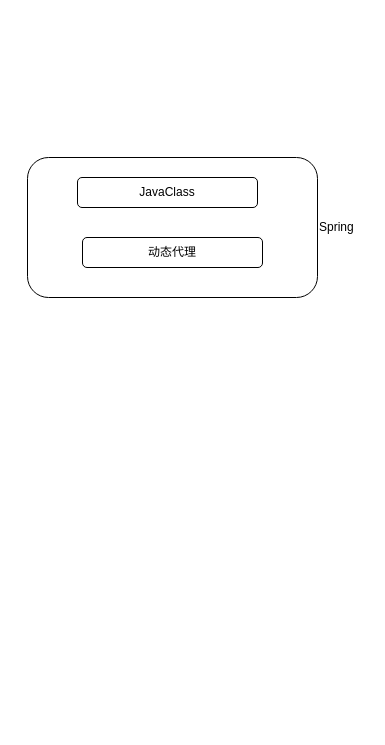
Above: page "微服务" (2 of 3) of uapp.drawio in jiajw0426/docsify (draw.io), before the change. Source tidied: cells renumbered, new cells numbered last; positions are measured from the earlier drawing's top-left corner, leaving out a move shared by most shapes. Both pictures are drawn from the tidied source at 100%, with x=0, y=0 at pixel (27, 157).
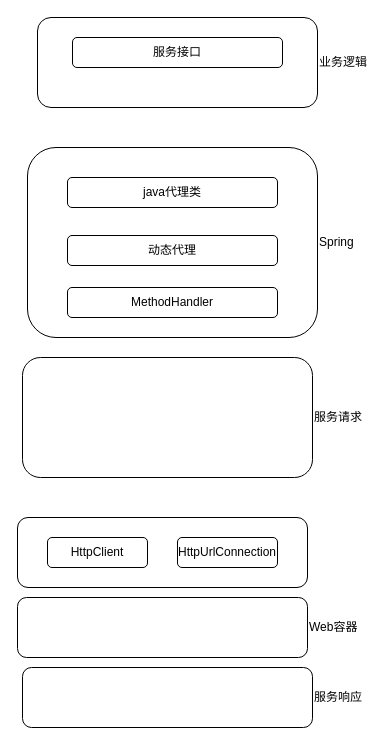
The same page after the edit.

Diff of the diagram source:
```diff
@@
 <mxGraphModel>
   <root>
     <mxCell id="0" />
     <mxCell id="1" parent="0" />
+    <mxCell id="5" value="业务逻辑" style="rounded=1;whiteSpace=wrap;html=1;textDirection=ltr;labelPosition=right;verticalLabelPosition=middle;align=left;verticalAlign=middle;" parent="1" vertex="1">
+      <mxGeometry x="10" y="-140" width="280" height="90" as="geometry" />
+    </mxCell>
     <mxCell id="2" value="Spring" style="rounded=1;whiteSpace=wrap;html=1;labelPosition=right;verticalLabelPosition=middle;align=left;verticalAlign=middle;" parent="1" vertex="1">
-      <mxGeometry width="290" height="140" as="geometry" />
+      <mxGeometry y="-10" width="290" height="190" as="geometry" />
     </mxCell>
-    <mxCell id="3" value="JavaClass" style="rounded=1;whiteSpace=wrap;html=1;" parent="1" vertex="1">
-      <mxGeometry x="50" y="20" width="180" height="30" as="geometry" />
+    <mxCell id="3" value="服务接口" style="rounded=1;whiteSpace=wrap;html=1;" parent="1" vertex="1">
+      <mxGeometry x="45" y="-120" width="210" height="30" as="geometry" />
     </mxCell>
     <mxCell id="4" value="动态代理" style="rounded=1;whiteSpace=wrap;html=1;" parent="1" vertex="1">
-      <mxGeometry x="55" y="80" width="180" height="30" as="geometry" />
+      <mxGeometry x="40" y="78" width="210" height="30" as="geometry" />
     </mxCell>
+    <mxCell id="6" style="rounded=1;whiteSpace=wrap;html=1;" parent="1" vertex="1">
+      <mxGeometry x="-10" y="360" width="290" height="70" as="geometry" />
+    </mxCell>
+    <mxCell id="7" value="HttpClient" style="rounded=1;whiteSpace=wrap;html=1;" parent="1" vertex="1">
+      <mxGeometry x="20" y="380" width="100" height="30" as="geometry" />
+    </mxCell>
+    <mxCell id="8" value="HttpUrlConnection" style="rounded=1;whiteSpace=wrap;html=1;" parent="1" vertex="1">
+      <mxGeometry x="150" y="380" width="100" height="30" as="geometry" />
+    </mxCell>
+    <mxCell id="9" value="服务请求" style="rounded=1;whiteSpace=wrap;html=1;labelPosition=right;verticalLabelPosition=middle;align=left;verticalAlign=middle;" parent="1" vertex="1">
+      <mxGeometry x="-5" y="200" width="290" height="120" as="geometry" />
+    </mxCell>
+    <mxCell id="10" value="服务响应" style="rounded=1;whiteSpace=wrap;html=1;labelPosition=right;verticalLabelPosition=middle;align=left;verticalAlign=middle;" parent="1" vertex="1">
+      <mxGeometry x="-5" y="510" width="290" height="60" as="geometry" />
+    </mxCell>
+    <mxCell id="11" value="Web容器" style="rounded=1;whiteSpace=wrap;html=1;labelPosition=right;verticalLabelPosition=middle;align=left;verticalAlign=middle;" parent="1" vertex="1">
+      <mxGeometry x="-10" y="440" width="290" height="60" as="geometry" />
+    </mxCell>
+    <mxCell id="12" value="java代理类" style="rounded=1;whiteSpace=wrap;html=1;" parent="1" vertex="1">
+      <mxGeometry x="40" y="20" width="210" height="30" as="geometry" />
+    </mxCell>
+    <mxCell id="13" value="MethodHandler" style="rounded=1;whiteSpace=wrap;html=1;" parent="1" vertex="1">
+      <mxGeometry x="40" y="130" width="210" height="30" as="geometry" />
+    </mxCell>
   </root>
 </mxGraphModel>
```
